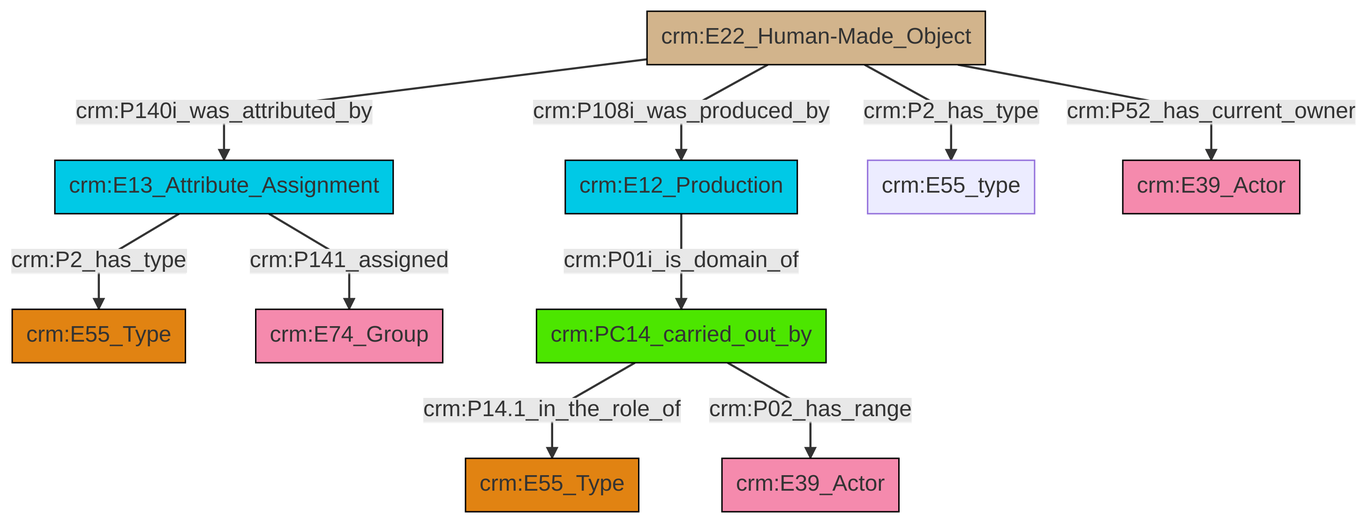
Before: et/builtWorkCSV/ttl/mmd/png/Built_Work_actor_relations.png, a diagram exported from Mermaid (swiss-art-research-net/docs.swissartresearch). Its source is kept beside it as et/builtWorkCSV/ttl/mmd/Built_Work_actor_relations.ttl.mmd.
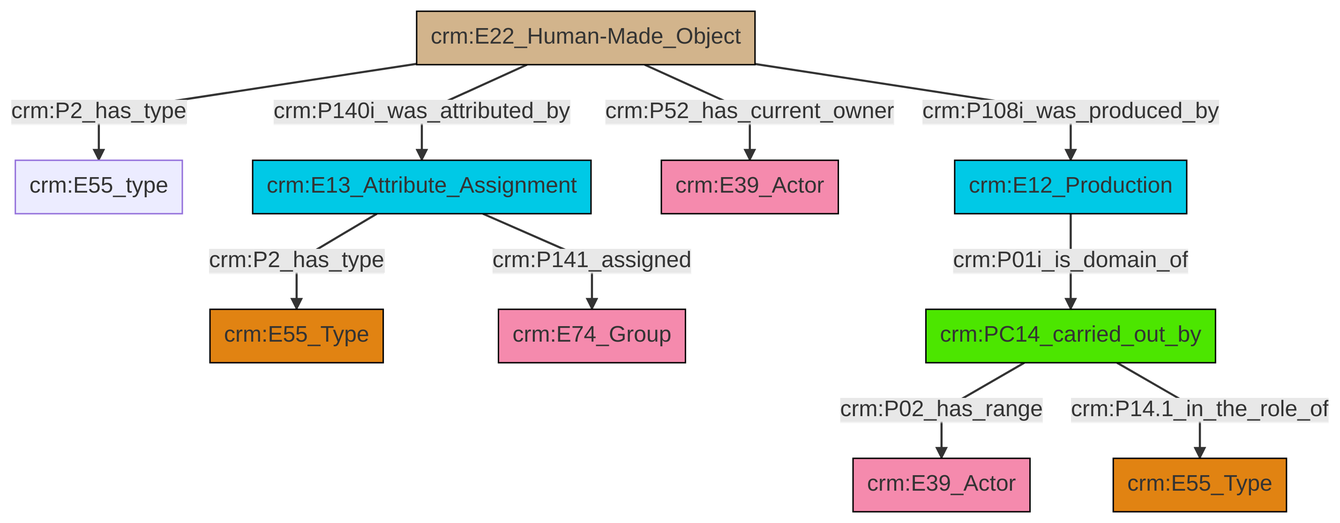
Above is the later version.

What changed in the source:
```diff
@@ -13,12 +13,12 @@
 classDef PC_Classes fill:#4ce600, stroke:#000000;
 classDef Multi fill:#cccccc,stroke:#000000;
 
-2["crm:E13_Attribute_Assignment"]:::Temporal_Entity -->|crm:P2_has_type| 3["crm:E55_Type"]:::Type
-4["crm:E12_Production"]:::Temporal_Entity -->|crm:P01i_is_domain_of| 5["crm:PC14_carried_out_by"]:::PC_Classes
-9["crm:E22_Human-Made_Object"]:::Physical_Thing -->|crm:P140i_was_attributed_by| 2["crm:E13_Attribute_Assignment"]:::Temporal_Entity
-5["crm:PC14_carried_out_by"]:::PC_Classes -->|crm:P14.1_in_the_role_of| 10["crm:E55_Type"]:::Type
-5["crm:PC14_carried_out_by"]:::PC_Classes -->|crm:P02_has_range| 6["crm:E39_Actor"]:::Actor
-9["crm:E22_Human-Made_Object"]:::Physical_Thing -->|crm:P108i_was_produced_by| 4["crm:E12_Production"]:::Temporal_Entity
-9["crm:E22_Human-Made_Object"]:::Physical_Thing -->|crm:P2_has_type| 0["crm:E55_type"]:::Default
-9["crm:E22_Human-Made_Object"]:::Physical_Thing -->|crm:P52_has_current_owner| 14["crm:E39_Actor"]:::Actor
-2["crm:E13_Attribute_Assignment"]:::Temporal_Entity -->|crm:P141_assigned| 18["crm:E74_Group"]:::Actor
+4["crm:E13_Attribute_Assignment"]:::Temporal_Entity -->|crm:P2_has_type| 5["crm:E55_Type"]:::Type
+6["crm:E22_Human-Made_Object"]:::Physical_Thing -->|crm:P2_has_type| 2["crm:E55_type"]:::Default
+7["crm:PC14_carried_out_by"]:::PC_Classes -->|crm:P02_has_range| 0["crm:E39_Actor"]:::Actor
+6["crm:E22_Human-Made_Object"]:::Physical_Thing -->|crm:P140i_was_attributed_by| 4["crm:E13_Attribute_Assignment"]:::Temporal_Entity
+4["crm:E13_Attribute_Assignment"]:::Temporal_Entity -->|crm:P141_assigned| 10["crm:E74_Group"]:::Actor
+7["crm:PC14_carried_out_by"]:::PC_Classes -->|crm:P14.1_in_the_role_of| 11["crm:E55_Type"]:::Type
+6["crm:E22_Human-Made_Object"]:::Physical_Thing -->|crm:P52_has_current_owner| 13["crm:E39_Actor"]:::Actor
+6["crm:E22_Human-Made_Object"]:::Physical_Thing -->|crm:P108i_was_produced_by| 17["crm:E12_Production"]:::Temporal_Entity
+17["crm:E12_Production"]:::Temporal_Entity -->|crm:P01i_is_domain_of| 7["crm:PC14_carried_out_by"]:::PC_Classes
```
